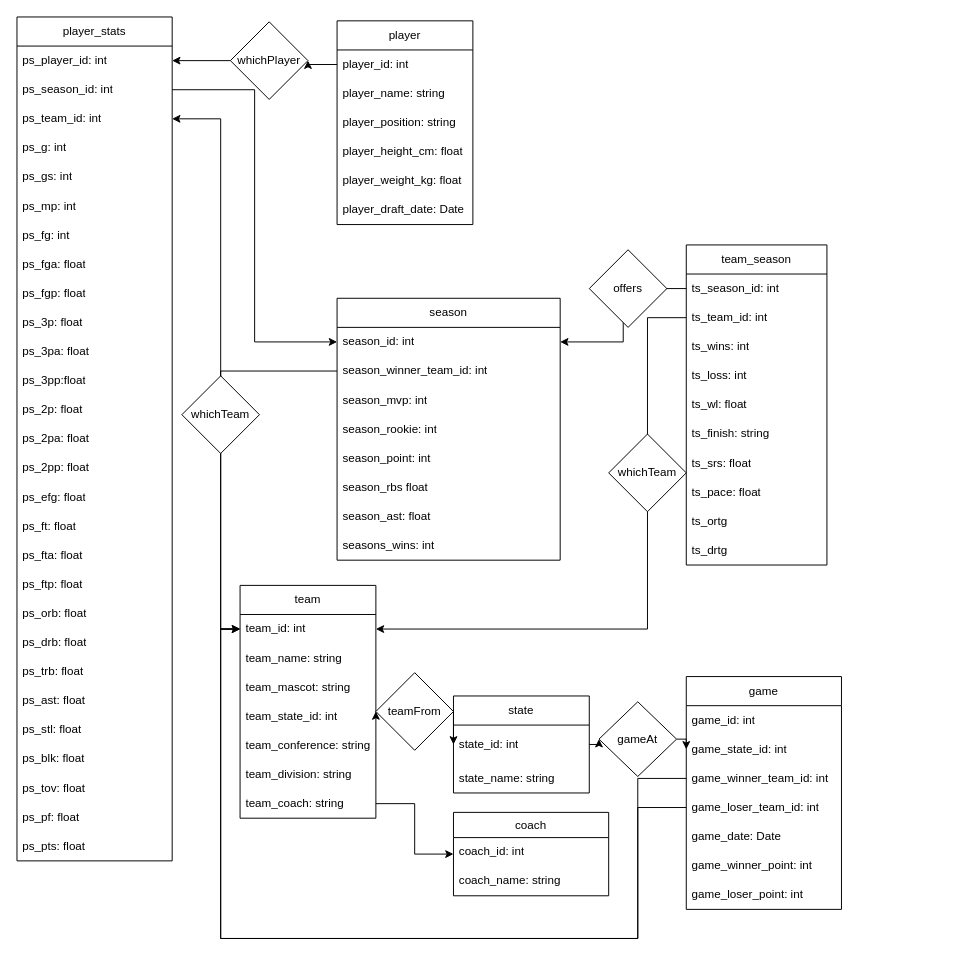
Earlier version of the draw.io diagram er_diagram.drawio (Fin-NewWin/cse111-project). Source tidied: cells renumbered, new cells numbered last; positions are measured from the earlier drawing's top-left corner, leaving out a move shared by most shapes. Both pictures are drawn from the tidied source at 97%, with x=0, y=0 at pixel (16, 16).
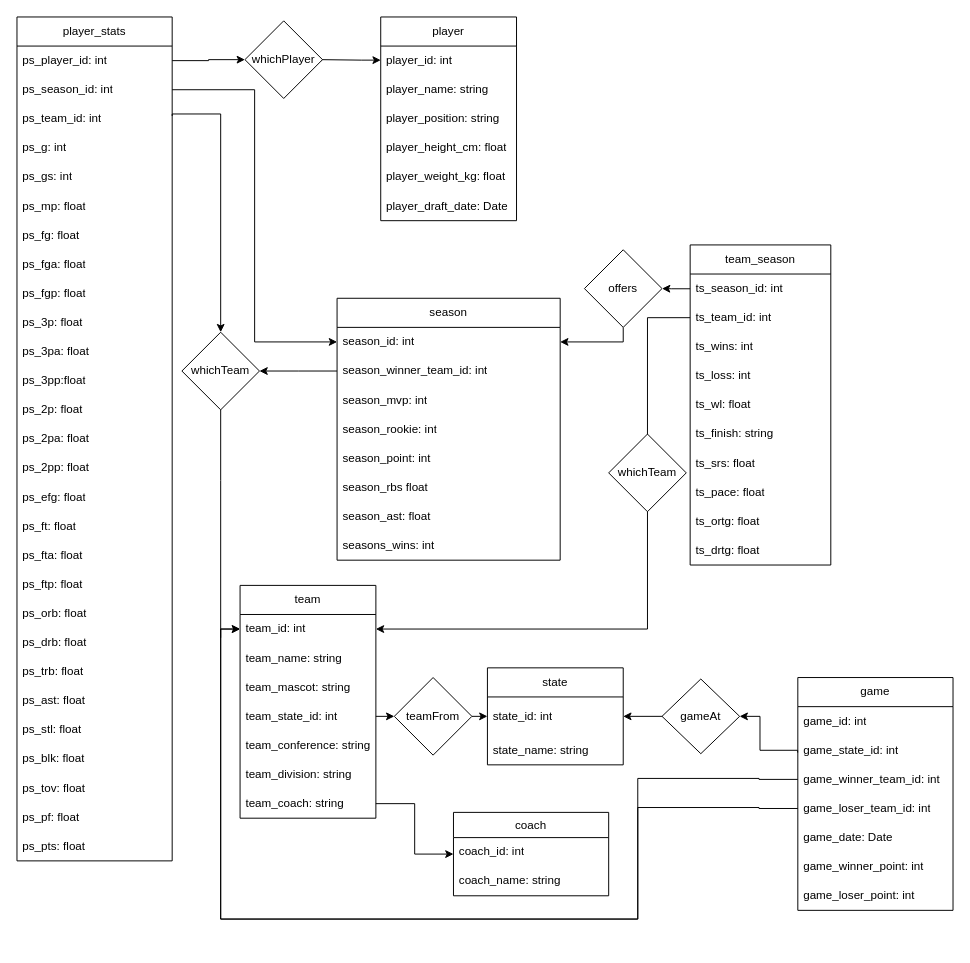
The same diagram, later.

Unchanged cells that the change refers to:
```xml
<mxCell id="3" value="team_id: int" style="text;strokeColor=none;fillColor=none;align=left;verticalAlign=middle;spacingLeft=4;spacingRight=4;overflow=hidden;points=[[0,0.5],[1,0.5]];portConstraint=eastwest;whiteSpace=wrap;html=1;" parent="2" vertex="1">
  <mxGeometry y="30" width="140" height="30" as="geometry" />
</mxCell>
<mxCell id="11" value="player_id: int" style="text;strokeColor=none;fillColor=none;align=left;verticalAlign=middle;spacingLeft=4;spacingRight=4;overflow=hidden;points=[[0,0.5],[1,0.5]];portConstraint=eastwest;whiteSpace=wrap;html=1;" parent="10" vertex="1">
  <mxGeometry y="30" width="140" height="30" as="geometry" />
</mxCell>
<mxCell id="19" value="game_state_id: int" style="text;strokeColor=none;fillColor=none;align=left;verticalAlign=middle;spacingLeft=4;spacingRight=4;overflow=hidden;points=[[0,0.5],[1,0.5]];portConstraint=eastwest;whiteSpace=wrap;html=1;" parent="17" vertex="1">
  <mxGeometry y="60" width="160" height="30" as="geometry" />
</mxCell>
<mxCell id="20" value="game_winner_team_id: int" style="text;strokeColor=none;fillColor=none;align=left;verticalAlign=middle;spacingLeft=4;spacingRight=4;overflow=hidden;points=[[0,0.5],[1,0.5]];portConstraint=eastwest;whiteSpace=wrap;html=1;" parent="17" vertex="1">
  <mxGeometry y="90" width="160" height="30" as="geometry" />
</mxCell>
<mxCell id="21" value="game_loser_team_id: int" style="text;strokeColor=none;fillColor=none;align=left;verticalAlign=middle;spacingLeft=4;spacingRight=4;overflow=hidden;points=[[0,0.5],[1,0.5]];portConstraint=eastwest;whiteSpace=wrap;html=1;" parent="17" vertex="1">
  <mxGeometry y="120" width="160" height="30" as="geometry" />
</mxCell>
<mxCell id="25" value="player_stats" style="swimlane;fontStyle=0;horizontal=1;startSize=30;whiteSpace=wrap;html=1;" parent="1" vertex="1">
  <mxGeometry width="160" height="870" as="geometry" />
</mxCell>
<mxCell id="26" value="ps_player_id: int" style="text;strokeColor=none;fillColor=none;align=left;verticalAlign=middle;spacingLeft=4;spacingRight=4;overflow=hidden;points=[[0,0.5],[1,0.5]];portConstraint=eastwest;whiteSpace=wrap;html=1;" parent="25" vertex="1">
  <mxGeometry y="30" width="160" height="30" as="geometry" />
</mxCell>
<mxCell id="28" value="ps_team_id: int" style="text;strokeColor=none;fillColor=none;align=left;verticalAlign=middle;spacingLeft=4;spacingRight=4;overflow=hidden;points=[[0,0.5],[1,0.5]];portConstraint=eastwest;whiteSpace=wrap;html=1;" parent="25" vertex="1">
  <mxGeometry y="90" width="160" height="30" as="geometry" />
</mxCell>
<mxCell id="55" value="season_id: int" style="text;strokeColor=none;fillColor=none;align=left;verticalAlign=middle;spacingLeft=4;spacingRight=4;overflow=hidden;points=[[0,0.5],[1,0.5]];portConstraint=eastwest;whiteSpace=wrap;html=1;" parent="54" vertex="1">
  <mxGeometry y="30" width="230" height="30" as="geometry" />
</mxCell>
<mxCell id="56" value="season_winner_team_id: int" style="text;strokeColor=none;fillColor=none;align=left;verticalAlign=middle;spacingLeft=4;spacingRight=4;overflow=hidden;points=[[0,0.5],[1,0.5]];portConstraint=eastwest;whiteSpace=wrap;html=1;" parent="54" vertex="1">
  <mxGeometry y="60" width="230" height="30" as="geometry" />
</mxCell>
<mxCell id="65" value="state_id: int" style="text;strokeColor=none;fillColor=none;align=left;verticalAlign=middle;spacingLeft=4;spacingRight=4;overflow=hidden;points=[[0,0.5],[1,0.5]];portConstraint=eastwest;whiteSpace=wrap;html=1;" parent="64" vertex="1">
  <mxGeometry y="30" width="140" height="40" as="geometry" />
</mxCell>
<mxCell id="68" value="ts_season_id: int" style="text;strokeColor=none;fillColor=none;align=left;verticalAlign=middle;spacingLeft=4;spacingRight=4;overflow=hidden;points=[[0,0.5],[1,0.5]];portConstraint=eastwest;whiteSpace=wrap;html=1;" parent="67" vertex="1">
  <mxGeometry y="30" width="145" height="30" as="geometry" />
</mxCell>
```

The edit, as a diff of the source:
```diff
@@
     <mxCell id="10" value="player" style="swimlane;fontStyle=0;horizontal=1;startSize=30;whiteSpace=wrap;html=1;" parent="1" vertex="1">
-      <mxGeometry x="330" y="4" width="140" height="210" as="geometry" />
+      <mxGeometry x="375" width="140" height="210" as="geometry" />
     </mxCell>
@@
     <mxCell id="17" value="game" style="swimlane;fontStyle=0;horizontal=1;startSize=30;whiteSpace=wrap;html=1;" parent="1" vertex="1">
-      <mxGeometry x="690" y="680" width="160" height="240" as="geometry" />
+      <mxGeometry x="805" y="681" width="160" height="240" as="geometry" />
     </mxCell>
@@
-    <mxCell id="31" value="ps_mp: int" style="text;strokeColor=none;fillColor=none;align=left;verticalAlign=middle;spacingLeft=4;spacingRight=4;overflow=hidden;whiteSpace=wrap;html=1;" parent="25" vertex="1">
+    <mxCell id="31" value="ps_mp: float" style="text;strokeColor=none;fillColor=none;align=left;verticalAlign=middle;spacingLeft=4;spacingRight=4;overflow=hidden;whiteSpace=wrap;html=1;" parent="25" vertex="1">
       <mxGeometry y="180" width="160" height="30" as="geometry" />
     </mxCell>
-    <mxCell id="32" value="ps_fg: int" style="text;strokeColor=none;fillColor=none;align=left;verticalAlign=middle;spacingLeft=4;spacingRight=4;overflow=hidden;whiteSpace=wrap;html=1;" parent="25" vertex="1">
+    <mxCell id="32" value="ps_fg: float" style="text;strokeColor=none;fillColor=none;align=left;verticalAlign=middle;spacingLeft=4;spacingRight=4;overflow=hidden;whiteSpace=wrap;html=1;" parent="25" vertex="1">
       <mxGeometry y="210" width="160" height="30" as="geometry" />
     </mxCell>
@@
-    <mxCell id="63" style="edgeStyle=orthogonalEdgeStyle;rounded=0;jettySize=auto;html=1;exitX=1;exitY=0.5;exitDx=0;exitDy=0;entryX=0;entryY=0.5;entryDx=0;entryDy=0;" parent="1" edge="1" source="91" target="19">
-      <mxGeometry relative="1" as="geometry" />
+    <mxCell id="63" style="edgeStyle=orthogonalEdgeStyle;rounded=0;jettySize=auto;html=1;exitX=1;exitY=0.5;exitDx=0;exitDy=0;endArrow=none;endFill=0;entryX=-0.001;entryY=0.578;entryDx=0;entryDy=0;entryPerimeter=0;startArrow=classic;startFill=1;" parent="1" edge="1" source="91" target="19">
+      <mxGeometry relative="1" as="geometry">
+        <Array as="points">
+          <mxPoint x="766" y="721" />
+          <mxPoint x="766" y="756" />
+          <mxPoint x="805" y="756" />
+        </Array>
+      </mxGeometry>
     </mxCell>
     <mxCell id="64" value="state" style="swimlane;fontStyle=0;horizontal=1;startSize=30;whiteSpace=wrap;html=1;" parent="1" vertex="1">
-      <mxGeometry x="450" y="700" width="140" height="100" as="geometry" />
+      <mxGeometry x="485" y="671" width="140" height="100" as="geometry" />
     </mxCell>
@@
     <mxCell id="67" value="team_season" style="swimlane;fontStyle=0;horizontal=1;startSize=30;whiteSpace=wrap;html=1;" parent="1" vertex="1">
-      <mxGeometry x="690" y="235" width="145" height="330" as="geometry" />
+      <mxGeometry x="694" y="235" width="145" height="330" as="geometry" />
     </mxCell>
@@
-    <mxCell id="76" value="ts_ortg" style="text;strokeColor=none;fillColor=none;align=left;verticalAlign=middle;spacingLeft=4;spacingRight=4;overflow=hidden;whiteSpace=wrap;html=1;" parent="67" vertex="1">
+    <mxCell id="76" value="ts_ortg: float" style="text;strokeColor=none;fillColor=none;align=left;verticalAlign=middle;spacingLeft=4;spacingRight=4;overflow=hidden;whiteSpace=wrap;html=1;" parent="67" vertex="1">
       <mxGeometry y="270" width="145" height="30" as="geometry" />
     </mxCell>
-    <mxCell id="77" value="ts_drtg" style="text;strokeColor=none;fillColor=none;align=left;verticalAlign=middle;spacingLeft=4;spacingRight=4;overflow=hidden;whiteSpace=wrap;html=1;" parent="67" vertex="1">
+    <mxCell id="77" value="ts_drtg: float" style="text;strokeColor=none;fillColor=none;align=left;verticalAlign=middle;spacingLeft=4;spacingRight=4;overflow=hidden;whiteSpace=wrap;html=1;" parent="67" vertex="1">
       <mxGeometry y="300" width="145" height="30" as="geometry" />
     </mxCell>
@@
-    <mxCell id="81" style="edgeStyle=orthogonalEdgeStyle;rounded=0;jettySize=auto;html=1;exitX=0;exitY=0.5;exitDx=0;exitDy=0;entryX=1;entryY=0.5;entryDx=0;entryDy=0;" parent="1" edge="1" source="83" target="26">
+    <mxCell id="81" style="edgeStyle=orthogonalEdgeStyle;rounded=0;jettySize=auto;html=1;exitX=0;exitY=0.5;exitDx=0;exitDy=0;entryX=1;entryY=0.5;entryDx=0;entryDy=0;startArrow=classic;startFill=1;endArrow=none;endFill=0;" parent="1" edge="1" source="83" target="26">
       <mxGeometry relative="1" as="geometry" />
     </mxCell>
-    <mxCell id="82" style="edgeStyle=orthogonalEdgeStyle;rounded=0;jettySize=auto;html=1;exitX=0;exitY=0.5;exitDx=0;exitDy=0;entryX=1;entryY=0.5;entryDx=0;entryDy=0;" parent="1" edge="1" source="11" target="83">
-      <mxGeometry relative="1" as="geometry" />
+    <mxCell id="82" style="edgeStyle=orthogonalEdgeStyle;rounded=0;jettySize=auto;html=1;exitX=0;exitY=0.5;exitDx=0;exitDy=0;entryX=0.978;entryY=0.521;entryDx=0;entryDy=0;startArrow=classic;startFill=1;endArrow=none;endFill=0;entryPerimeter=0;" parent="1" edge="1" target="83">
+      <mxGeometry relative="1" as="geometry">
+        <mxPoint x="375" y="44.5" as="sourcePoint" />
+        <Array as="points">
+          <mxPoint x="355" y="45" />
+          <mxPoint x="313" y="44" />
+        </Array>
+      </mxGeometry>
     </mxCell>
     <mxCell id="83" value="whichPlayer" style="rhombus;whiteSpace=wrap;html=1;" parent="1" vertex="1">
-      <mxGeometry x="220" y="5" width="80" height="80" as="geometry" />
+      <mxGeometry x="235" y="4" width="80" height="80" as="geometry" />
     </mxCell>
@@
-    <mxCell id="85" style="edgeStyle=orthogonalEdgeStyle;rounded=0;jettySize=auto;html=1;exitX=0;exitY=0.5;exitDx=0;exitDy=0;entryX=1;entryY=0.5;entryDx=0;entryDy=0;" parent="1" edge="1" source="3" target="28">
-      <mxGeometry relative="1" as="geometry">
-        <Array as="points">
-          <mxPoint x="210" y="631" />
-          <mxPoint x="210" y="105" />
-        </Array>
-      </mxGeometry>
-    </mxCell>
@@
     <mxCell id="87" style="edgeStyle=orthogonalEdgeStyle;rounded=0;jettySize=auto;html=1;exitX=1;exitY=0.5;exitDx=0;exitDy=0;entryX=0;entryY=0.5;entryDx=0;entryDy=0;" parent="1" edge="1" source="93" target="65">
-      <mxGeometry relative="1" as="geometry" />
+      <mxGeometry relative="1" as="geometry">
+        <Array as="points">
+          <mxPoint x="485" y="721" />
+          <mxPoint x="485" y="721" />
+        </Array>
+      </mxGeometry>
     </mxCell>
     <mxCell id="88" style="edgeStyle=orthogonalEdgeStyle;rounded=0;jettySize=auto;html=1;exitX=0;exitY=0.5;exitDx=0;exitDy=0;entryX=0;entryY=0.5;entryDx=0;entryDy=0;" parent="1" edge="1" source="20" target="3">
       <mxGeometry relative="1" as="geometry">
         <Array as="points">
+          <mxPoint x="765" y="785" />
           <mxPoint x="640" y="785" />
-          <mxPoint x="640" y="950" />
-          <mxPoint x="210" y="950" />
+          <mxPoint x="640" y="930" />
+          <mxPoint x="210" y="930" />
           <mxPoint x="210" y="631" />
         </Array>
       </mxGeometry>
     </mxCell>
     <mxCell id="89" style="edgeStyle=orthogonalEdgeStyle;rounded=0;jettySize=auto;html=1;exitX=0;exitY=0.5;exitDx=0;exitDy=0;entryX=0;entryY=0.5;entryDx=0;entryDy=0;" parent="1" edge="1" source="21" target="3">
       <mxGeometry relative="1" as="geometry">
         <Array as="points">
+          <mxPoint x="765" y="815" />
           <mxPoint x="640" y="815" />
-          <mxPoint x="640" y="950" />
-          <mxPoint x="210" y="950" />
+          <mxPoint x="640" y="930" />
+          <mxPoint x="210" y="930" />
           <mxPoint x="210" y="631" />
         </Array>
       </mxGeometry>
     </mxCell>
-    <mxCell id="90" style="edgeStyle=orthogonalEdgeStyle;rounded=0;jettySize=auto;html=1;exitX=1;exitY=0.5;exitDx=0;exitDy=0;entryX=0;entryY=0.5;entryDx=0;entryDy=0;" parent="1" edge="1" source="64" target="91">
+    <mxCell id="90" style="edgeStyle=orthogonalEdgeStyle;rounded=0;jettySize=auto;html=1;exitX=1;exitY=0.5;exitDx=0;exitDy=0;entryX=0;entryY=0.5;entryDx=0;entryDy=0;endArrow=none;endFill=0;startArrow=classic;startFill=1;" parent="1" edge="1" source="64" target="91">
       <mxGeometry relative="1" as="geometry" />
     </mxCell>
     <mxCell id="91" value="gameAt" style="rhombus;whiteSpace=wrap;html=1;" parent="1" vertex="1">
-      <mxGeometry x="600" y="706" width="80" height="77" as="geometry" />
+      <mxGeometry x="665" y="682.5" width="80" height="77" as="geometry" />
     </mxCell>
@@
     <mxCell id="93" value="teamFrom" style="rhombus;whiteSpace=wrap;html=1;" parent="1" vertex="1">
-      <mxGeometry x="370" y="676" width="80" height="80" as="geometry" />
+      <mxGeometry x="389" y="681" width="80" height="80" as="geometry" />
     </mxCell>
-    <mxCell id="94" style="edgeStyle=orthogonalEdgeStyle;rounded=0;jettySize=auto;html=1;exitX=0;exitY=0.5;exitDx=0;exitDy=0;entryX=1;entryY=0.5;entryDx=0;entryDy=0;" parent="1" edge="1" source="68" target="55">
-      <mxGeometry relative="1" as="geometry" />
+    <mxCell id="94" style="edgeStyle=orthogonalEdgeStyle;rounded=0;jettySize=auto;html=1;entryX=1;entryY=0.5;entryDx=0;entryDy=0;" parent="1" edge="1" source="98" target="55">
+      <mxGeometry relative="1" as="geometry">
+        <Array as="points">
+          <mxPoint x="625" y="335" />
+        </Array>
+      </mxGeometry>
     </mxCell>
-    <mxCell id="95" style="edgeStyle=orthogonalEdgeStyle;rounded=0;jettySize=auto;html=1;exitX=0;exitY=0.5;exitDx=0;exitDy=0;entryX=0;entryY=0.5;entryDx=0;entryDy=0;" parent="1" edge="1" source="56" target="3">
-      <mxGeometry relative="1" as="geometry" />
-    </mxCell>
     <mxCell id="96" value="whichTeam" style="rhombus;whiteSpace=wrap;html=1;" parent="1" vertex="1">
-      <mxGeometry x="170" y="370" width="80" height="80" as="geometry" />
+      <mxGeometry x="170" y="325" width="80" height="80" as="geometry" />
     </mxCell>
@@
     <mxCell id="98" value="offers" style="rhombus;whiteSpace=wrap;html=1;" parent="1" vertex="1">
-      <mxGeometry x="590" y="240" width="80" height="80" as="geometry" />
+      <mxGeometry x="585" y="240" width="80" height="80" as="geometry" />
     </mxCell>
@@
+    <mxCell id="100" style="edgeStyle=orthogonalEdgeStyle;rounded=0;jettySize=auto;html=1;exitX=-0.002;exitY=0.505;exitDx=0;exitDy=0;exitPerimeter=0;entryX=1;entryY=0.5;entryDx=0;entryDy=0;" parent="1" edge="1" target="98">
+      <mxGeometry relative="1" as="geometry">
+        <mxPoint x="694" y="280.2" as="sourcePoint" />
+        <Array as="points">
+          <mxPoint x="675" y="280" />
+        </Array>
+      </mxGeometry>
+    </mxCell>
+    <mxCell id="101" style="edgeStyle=orthogonalEdgeStyle;rounded=0;jettySize=auto;html=1;entryX=1;entryY=0.5;entryDx=0;entryDy=0;exitX=0;exitY=0.5;exitDx=0;exitDy=0;" parent="1" edge="1" source="56">
+      <mxGeometry relative="1" as="geometry">
+        <mxPoint x="250" y="365" as="targetPoint" />
+      </mxGeometry>
+    </mxCell>
+    <mxCell id="102" style="edgeStyle=orthogonalEdgeStyle;rounded=0;jettySize=auto;html=1;exitX=1;exitY=0.403;exitDx=0;exitDy=0;exitPerimeter=0;entryX=0.5;entryY=0;entryDx=0;entryDy=0;" parent="1" edge="1" source="28" target="96">
+      <mxGeometry relative="1" as="geometry">
+        <Array as="points">
+          <mxPoint x="160" y="100" />
+          <mxPoint x="210" y="100" />
+        </Array>
+      </mxGeometry>
+    </mxCell>
+    <mxCell id="103" style="edgeStyle=orthogonalEdgeStyle;rounded=0;jettySize=auto;html=1;endArrow=none;endFill=0;exitX=0.5;exitY=1;exitDx=0;exitDy=0;" parent="1" edge="1" source="96">
+      <mxGeometry relative="1" as="geometry">
+        <mxPoint x="210" y="640" as="targetPoint" />
+        <Array as="points">
+          <mxPoint x="210" y="478" />
+        </Array>
+      </mxGeometry>
+    </mxCell>
```
